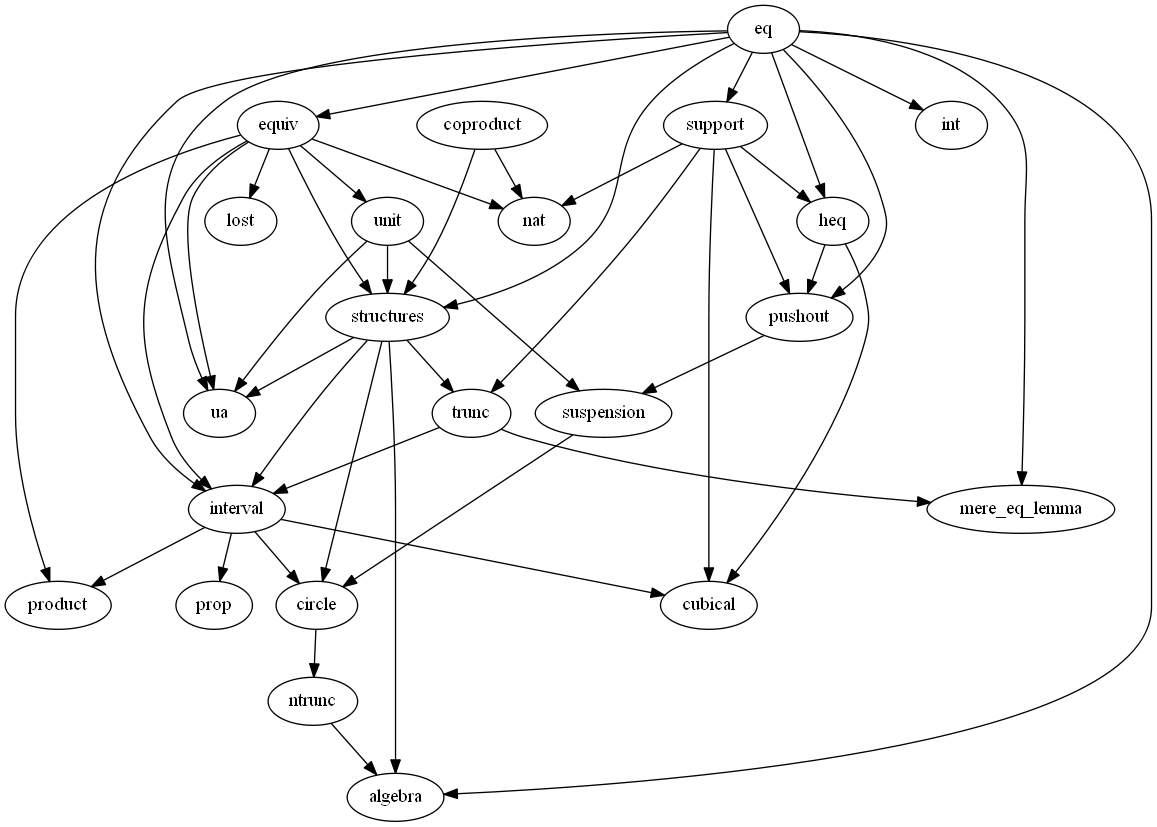
This is dependency_map.png from forked-from-1kasper/ground_zero, a Graphviz export, as it was before one commit. Its source is kept beside it as dependency_map.gv.
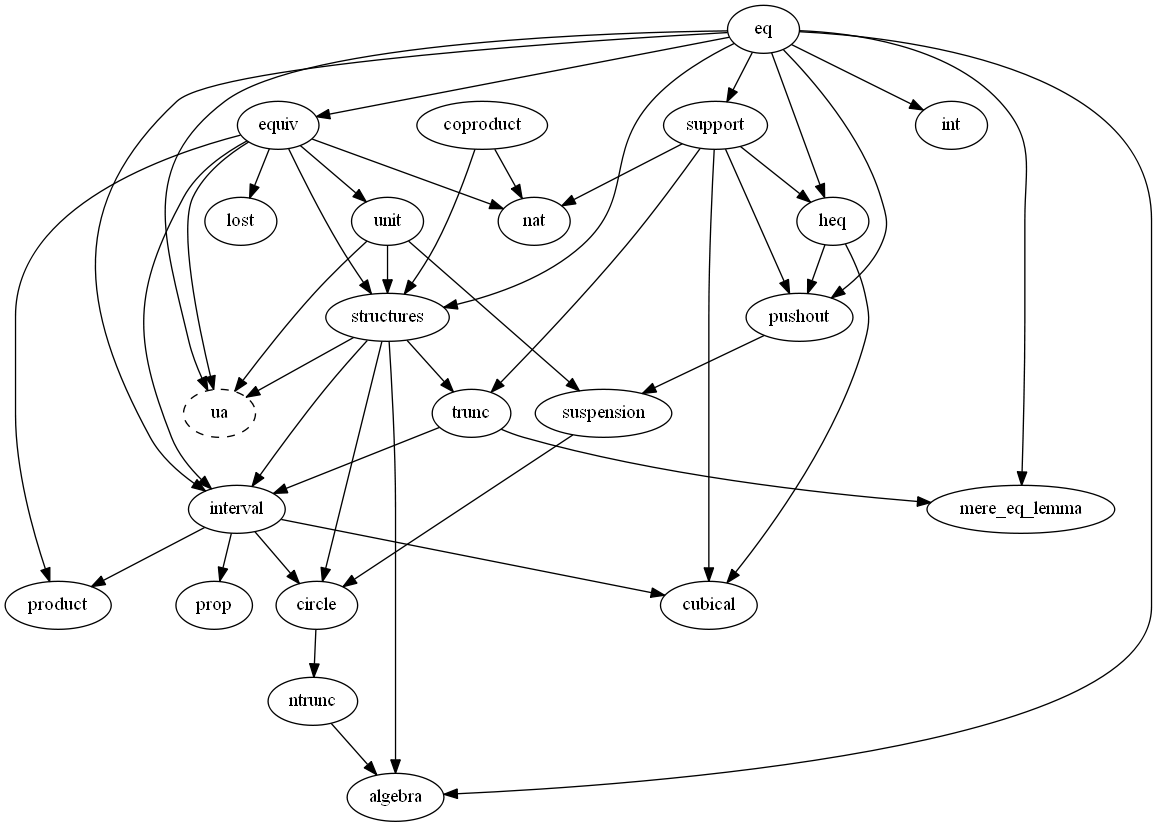
After the change.

Commit message:
univalence-dependent files now with dashed border

Diff of the diagram source:
```diff
@@ -49,6 +49,7 @@
   structures -> trunc
   support -> trunc
 
+  ua [style=dashed]
   equiv -> ua
   eq -> ua
   structures -> ua
```
